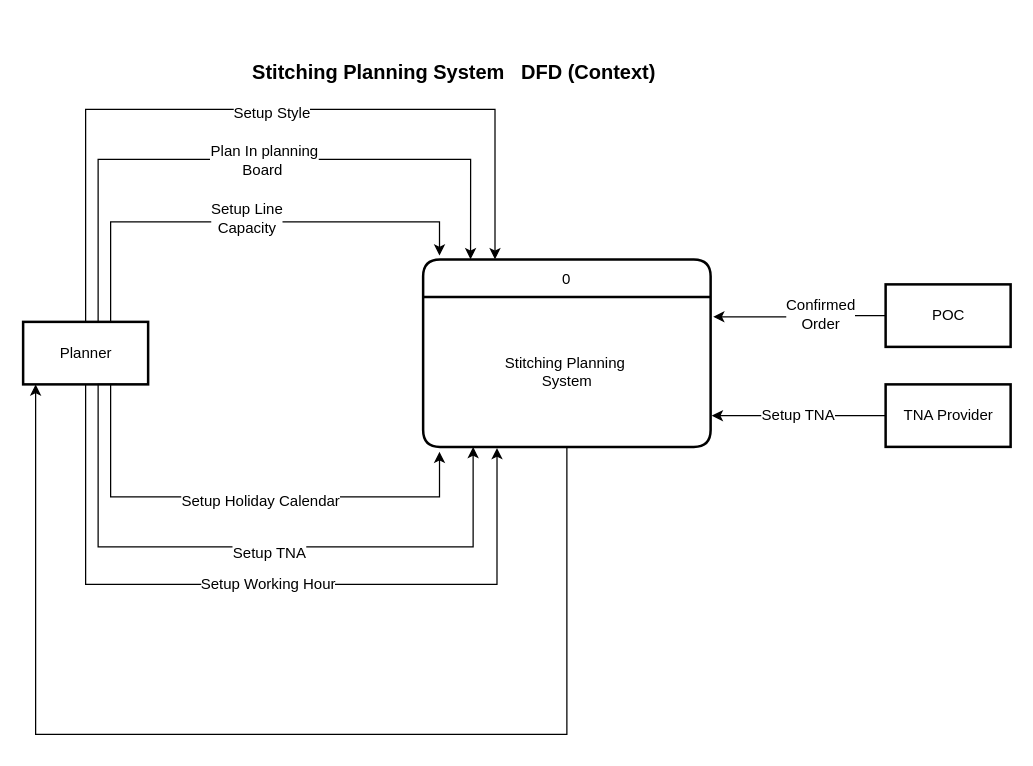
Above: page "Page-1" (1 of 3) of Docs/Data Flow Diagram/Stitching Planning DFD.drawio in sadmanfatin/Stitching-planning-Project-Docs (draw.io), before the change. Source tidied: cells renumbered, new cells numbered last; positions are measured from the earlier drawing's top-left corner, leaving out a move shared by most shapes. Both pictures are drawn from the tidied source at 125%, with x=0, y=0 at pixel (22, 34).
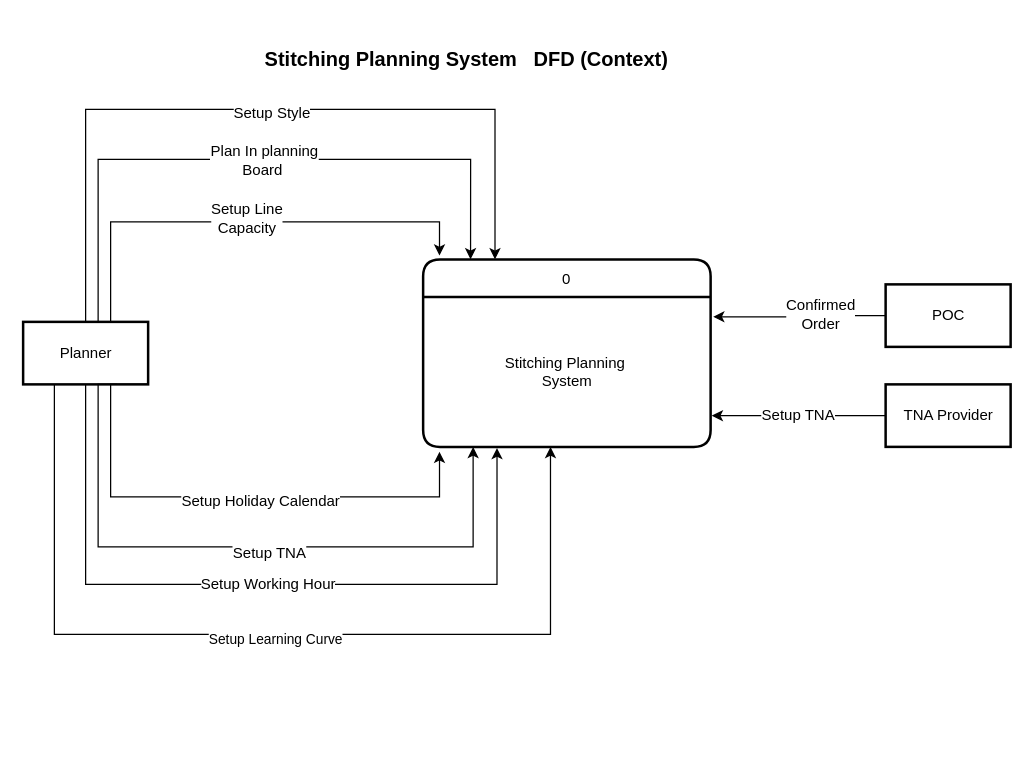
The same diagram, later.

Unchanged cells that the change refers to:
```xml
<mxCell id="2" style="group;" parent="1" vertex="1">
  <mxGeometry y="60" width="790" height="380" as="geometry" />
</mxCell>
<mxCell id="5" value="&lt;font style=&quot;font-size: 12px;&quot;&gt;Planner&lt;/font&gt;" style="html=1;dashed=0;whitespace=wrap;fontSize=12;strokeWidth=2;" parent="2" vertex="1">
  <mxGeometry y="170" width="100" height="50" as="geometry" />
</mxCell>
<mxCell id="10" value="&lt;font style=&quot;font-size: 12px&quot;&gt;Stitching Planning&amp;nbsp;&lt;br&gt;System&lt;br&gt;&lt;/font&gt;" style="text;html=1;align=center;verticalAlign=middle;points=[];strokeColor=none;fillColor=none;swimlaneLine=0;fontSize=12;" parent="9" vertex="1">
  <mxGeometry y="30" width="230" height="120" as="geometry" />
</mxCell>
```

The edit, as a diff of the source:
```diff
@@
+    <mxCell id="26" style="edgeStyle=orthogonalEdgeStyle;rounded=0;jettySize=auto;html=1;exitX=0.25;exitY=1;exitDx=0;exitDy=0;entryX=0.443;entryY=1;entryDx=0;entryDy=0;entryPerimeter=0;" parent="2" edge="1" source="5" target="10">
+      <mxGeometry relative="1" as="geometry">
+        <Array as="points">
+          <mxPoint x="25" y="420" />
+          <mxPoint x="422" y="420" />
+        </Array>
+      </mxGeometry>
+    </mxCell>
+    <mxCell id="27" value="Setup Learning Curve" style="edgeLabel;html=1;align=center;verticalAlign=middle;" parent="26" vertex="1">
+      <mxGeometry x="0.13" y="-3" relative="1" as="geometry">
+        <mxPoint x="-46" as="offset" />
+      </mxGeometry>
+    </mxCell>
@@
     <mxCell id="24" value="&lt;font style=&quot;font-size: 16px&quot;&gt;&lt;b&gt;Stitching Planning System&amp;nbsp; &amp;nbsp;DFD (Context)&lt;/b&gt;&lt;/font&gt;" style="text;html=1;strokeColor=none;fillColor=none;align=center;verticalAlign=middle;whiteSpace=wrap;rounded=0;shadow=0;glass=0;sketch=0;fontSize=12;" parent="1" vertex="1">
-      <mxGeometry x="120" width="450" height="60" as="geometry" />
+      <mxGeometry x="130" y="-10" width="450" height="60" as="geometry" />
     </mxCell>
-    <mxCell id="25" style="edgeStyle=orthogonalEdgeStyle;rounded=0;jettySize=auto;html=1;fontSize=16;" parent="1" edge="1" source="10">
-      <mxGeometry relative="1" as="geometry">
-        <mxPoint x="10" y="280" as="targetPoint" />
-        <Array as="points">
-          <mxPoint x="435" y="560" />
-          <mxPoint x="10" y="560" />
-        </Array>
-      </mxGeometry>
-    </mxCell>
```
